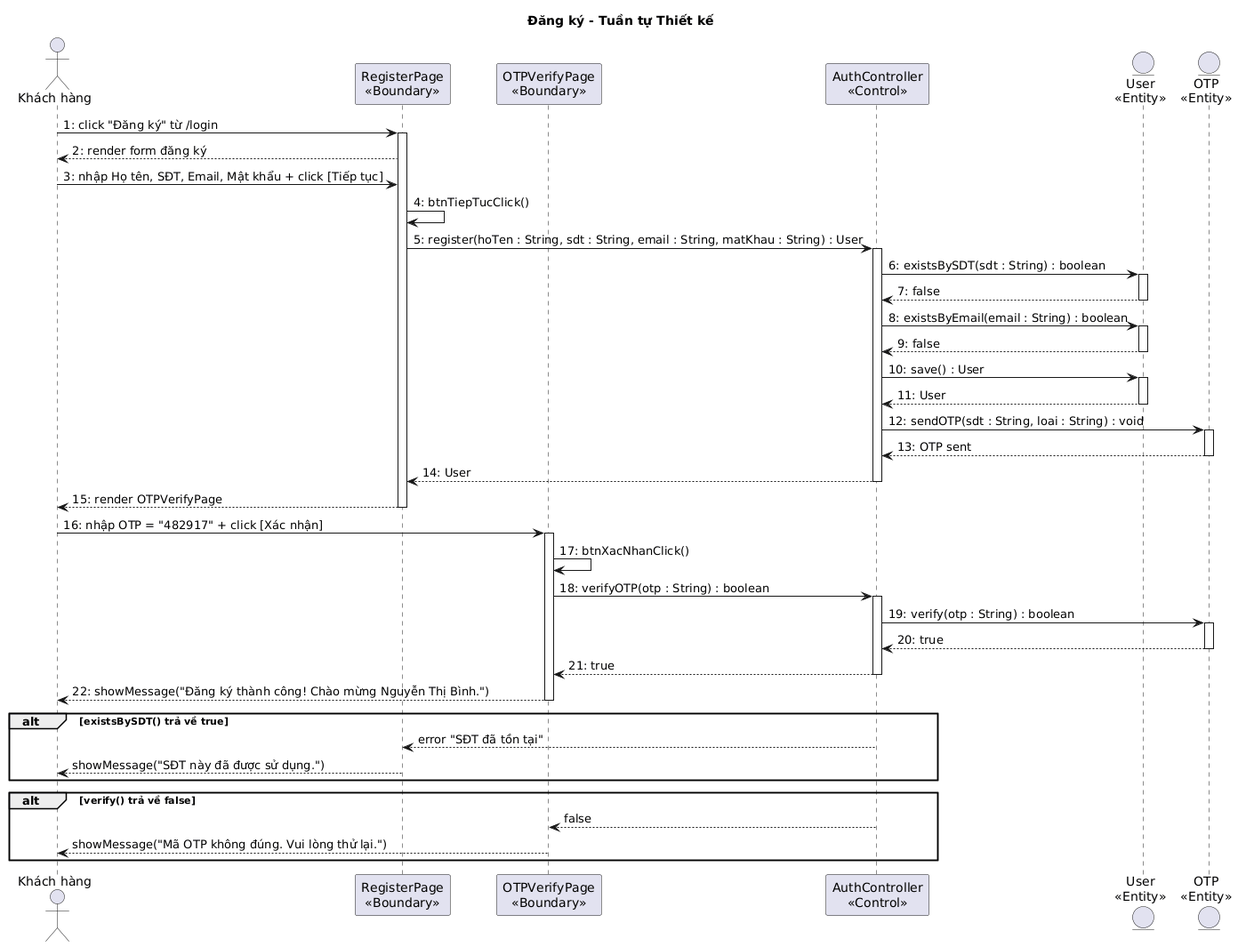
Before: output/diagrams/account_seq_register.png, a diagram exported from PlantUML (thanhtrnnn/cnpm).
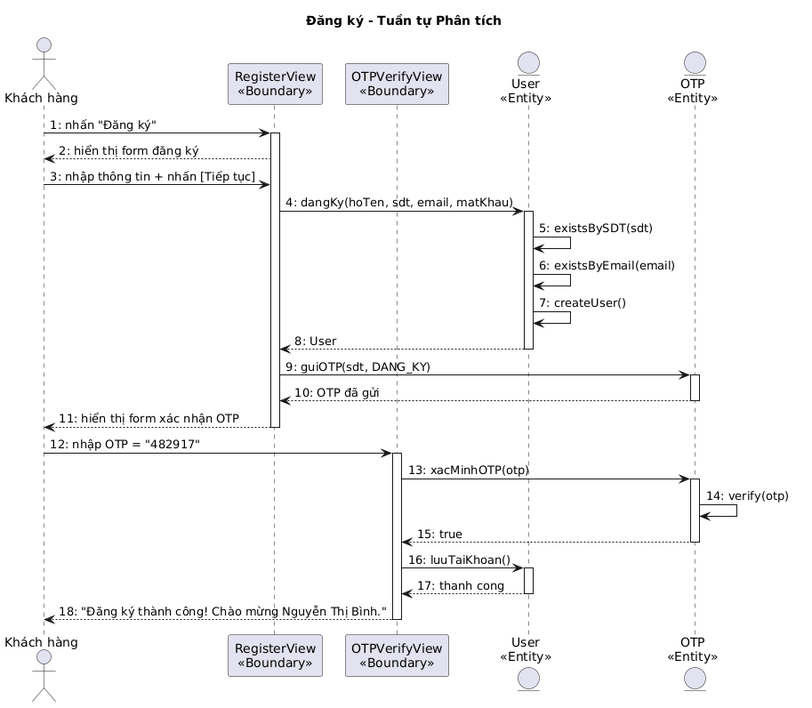
The same file after the commit.

Change to the diagram source:
```diff
@@ -1,62 +1,41 @@
 @startuml
-title Đăng ký - Tuần tự Thiết kế
+title Đăng ký - Tuần tự Phân tích
 
 actor "Khách hàng" as KH
-participant "RegisterPage\n<<Boundary>>" as B1
-participant "OTPVerifyPage\n<<Boundary>>" as B2
-participant "AuthController\n<<Control>>" as C1
+participant "RegisterView\n<<Boundary>>" as B1
+participant "OTPVerifyView\n<<Boundary>>" as B2
 entity "User\n<<Entity>>" as E1
 entity "OTP\n<<Entity>>" as E2
 
-KH -> B1 : 1: click "Đăng ký" từ /login
+KH -> B1 : 1: nhấn "Đăng ký"
 activate B1
-B1 --> KH : 2: render form đăng ký
-KH -> B1 : 3: nhập Họ tên, SĐT, Email, Mật khẩu + click [Tiếp tục]
-B1 -> B1 : 4: btnTiepTucClick()
-B1 -> C1 : 5: register(hoTen : String, sdt : String, email : String, matKhau : String) : User
-activate C1
-C1 -> E1 : 6: existsBySDT(sdt : String) : boolean
+B1 --> KH : 2: hiển thị form đăng ký
+KH -> B1 : 3: nhập thông tin + nhấn [Tiếp tục]
+B1 -> E1 : 4: dangKy(hoTen, sdt, email, matKhau)
 activate E1
-E1 --> C1 : 7: false
+E1 -> E1 : 5: existsBySDT(sdt)
+E1 -> E1 : 6: existsByEmail(email)
+E1 -> E1 : 7: createUser()
+E1 --> B1 : 8: User
 deactivate E1
-C1 -> E1 : 8: existsByEmail(email : String) : boolean
-activate E1
-E1 --> C1 : 9: false
-deactivate E1
-C1 -> E1 : 10: save() : User
-activate E1
-E1 --> C1 : 11: User
-deactivate E1
-C1 -> E2 : 12: sendOTP(sdt : String, loai : String) : void
+B1 -> E2 : 9: guiOTP(sdt, DANG_KY)
 activate E2
-E2 --> C1 : 13: OTP sent
+E2 --> B1 : 10: OTP đã gửi
 deactivate E2
-C1 --> B1 : 14: User
-deactivate C1
-B1 --> KH : 15: render OTPVerifyPage
+B1 --> KH : 11: hiển thị form xác nhận OTP
 deactivate B1
 
-KH -> B2 : 16: nhập OTP = "482917" + click [Xác nhận]
+KH -> B2 : 12: nhập OTP = "482917"
 activate B2
-B2 -> B2 : 17: btnXacNhanClick()
-B2 -> C1 : 18: verifyOTP(otp : String) : boolean
-activate C1
-C1 -> E2 : 19: verify(otp : String) : boolean
+B2 -> E2 : 13: xacMinhOTP(otp)
 activate E2
-E2 --> C1 : 20: true
+E2 -> E2 : 14: verify(otp)
+E2 --> B2 : 15: true
 deactivate E2
-C1 --> B2 : 21: true
-deactivate C1
-B2 --> KH : 22: showMessage("Đăng ký thành công! Chào mừng Nguyễn Thị Bình.")
+B2 -> E1 : 16: luuTaiKhoan()
+activate E1
+E1 --> B2 : 17: thanh cong
+deactivate E1
+B2 --> KH : 18: "Đăng ký thành công! Chào mừng Nguyễn Thị Bình."
 deactivate B2
-
-alt existsBySDT() trả về true
-  C1 --> B1 : error "SĐT đã tồn tại"
-  B1 --> KH : showMessage("SĐT này đã được sử dụng.")
-end
-
-alt verify() trả về false
-  C1 --> B2 : false
-  B2 --> KH : showMessage("Mã OTP không đúng. Vui lòng thử lại.")
-end
 @enduml
```
